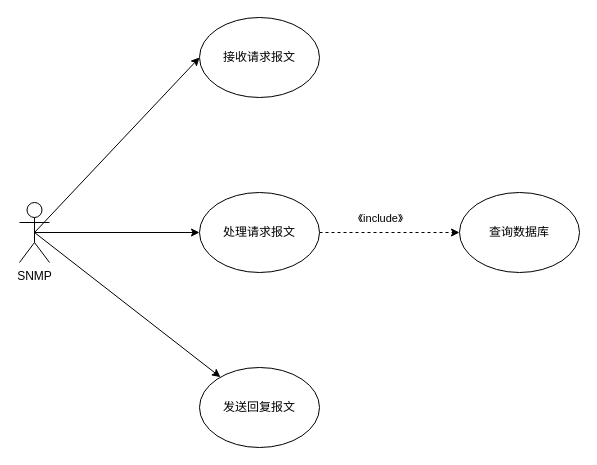
The draw.io diagram 未命名绘图.drawio in PATORITU/PATORITU, before the edit. Source tidied: cells renumbered, new cells numbered last; positions are measured from the earlier drawing's top-left corner, leaving out a move shared by most shapes. Both pictures are drawn from the tidied source at 100%, with x=0, y=0 at pixel (19, 17).
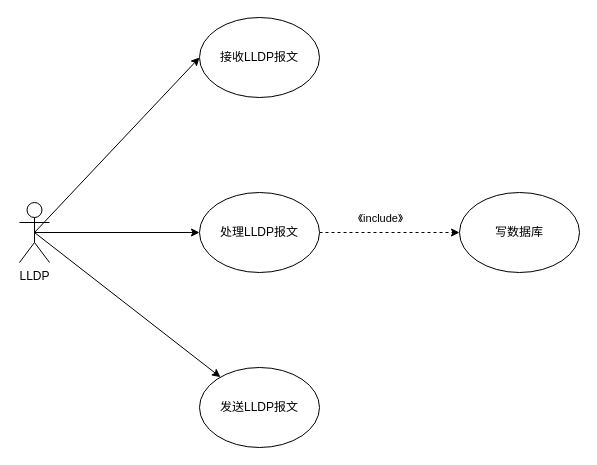
Above is the later version.

Commit message:
更新未命名绘图.drawio

What changed in the source:
```diff
@@
 <mxGraphModel>
   <root>
     <mxCell id="0" />
     <mxCell id="1" parent="0" />
     <mxCell id="2" style="rounded=0;jettySize=auto;html=1;exitX=0.5;exitY=0.5;exitDx=0;exitDy=0;exitPerimeter=0;entryX=0;entryY=0.5;entryDx=0;entryDy=0;" parent="1" edge="1" source="5" target="6">
       <mxGeometry relative="1" as="geometry" />
     </mxCell>
     <mxCell id="3" style="edgeStyle=none;rounded=0;jettySize=auto;html=1;exitX=0.5;exitY=0.5;exitDx=0;exitDy=0;exitPerimeter=0;entryX=0;entryY=0.5;entryDx=0;entryDy=0;" parent="1" edge="1" source="5" target="9">
       <mxGeometry relative="1" as="geometry" />
     </mxCell>
     <mxCell id="4" style="edgeStyle=none;rounded=0;jettySize=auto;html=1;exitX=0.5;exitY=0.5;exitDx=0;exitDy=0;exitPerimeter=0;" parent="1" edge="1" source="5" target="10">
       <mxGeometry relative="1" as="geometry" />
     </mxCell>
-    <mxCell id="5" value="SNMP" style="shape=umlActor;verticalLabelPosition=bottom;verticalAlign=top;html=1;outlineConnect=0;" parent="1" vertex="1">
+    <mxCell id="5" value="LLDP" style="shape=umlActor;verticalLabelPosition=bottom;verticalAlign=top;html=1;outlineConnect=0;" parent="1" vertex="1">
       <mxGeometry y="185" width="30" height="60" as="geometry" />
     </mxCell>
-    <mxCell id="6" value="接收请求报文" style="ellipse;whiteSpace=wrap;html=1;" parent="1" vertex="1">
+    <mxCell id="6" value="接收LLDP报文" style="ellipse;whiteSpace=wrap;html=1;" parent="1" vertex="1">
       <mxGeometry x="180" width="120" height="80" as="geometry" />
     </mxCell>
     <mxCell id="7" style="edgeStyle=none;rounded=0;jettySize=auto;html=1;exitX=1;exitY=0.5;exitDx=0;exitDy=0;dashed=1;" parent="1" edge="1" source="9" target="11">
       <mxGeometry relative="1" as="geometry" />
     </mxCell>
     <mxCell id="8" value="《include》" style="edgeLabel;html=1;align=center;verticalAlign=middle;" parent="7" vertex="1">
       <mxGeometry x="-0.17" y="-1" relative="1" as="geometry">
         <mxPoint x="2" y="-16" as="offset" />
       </mxGeometry>
     </mxCell>
-    <mxCell id="9" value="处理请求报文" style="ellipse;whiteSpace=wrap;html=1;" parent="1" vertex="1">
+    <mxCell id="9" value="处理LLDP报文" style="ellipse;whiteSpace=wrap;html=1;" parent="1" vertex="1">
       <mxGeometry x="180" y="175" width="120" height="80" as="geometry" />
     </mxCell>
-    <mxCell id="10" value="发送回复报文" style="ellipse;whiteSpace=wrap;html=1;" parent="1" vertex="1">
+    <mxCell id="10" value="发送LLDP报文" style="ellipse;whiteSpace=wrap;html=1;" parent="1" vertex="1">
       <mxGeometry x="180" y="350" width="120" height="80" as="geometry" />
     </mxCell>
-    <mxCell id="11" value="查询数据库" style="ellipse;whiteSpace=wrap;html=1;" parent="1" vertex="1">
+    <mxCell id="11" value="写数据库" style="ellipse;whiteSpace=wrap;html=1;" parent="1" vertex="1">
       <mxGeometry x="440" y="175" width="120" height="80" as="geometry" />
     </mxCell>
   </root>
 </mxGraphModel>
```
